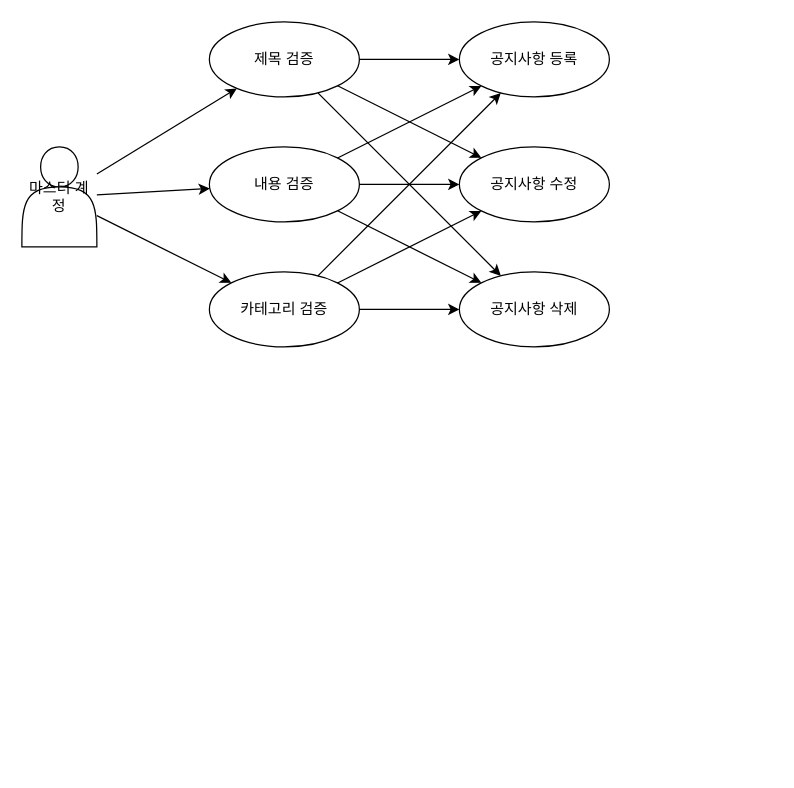
The draw.io diagram BOD-ANN-001.drawio in fury2019/Diagram, before the edit. Source tidied: cells renumbered, new cells numbered last; positions are measured from the earlier drawing's top-left corner, leaving out a move shared by most shapes. Both pictures are drawn from the tidied source at 125%, with x=0, y=0 at pixel (21, 21).
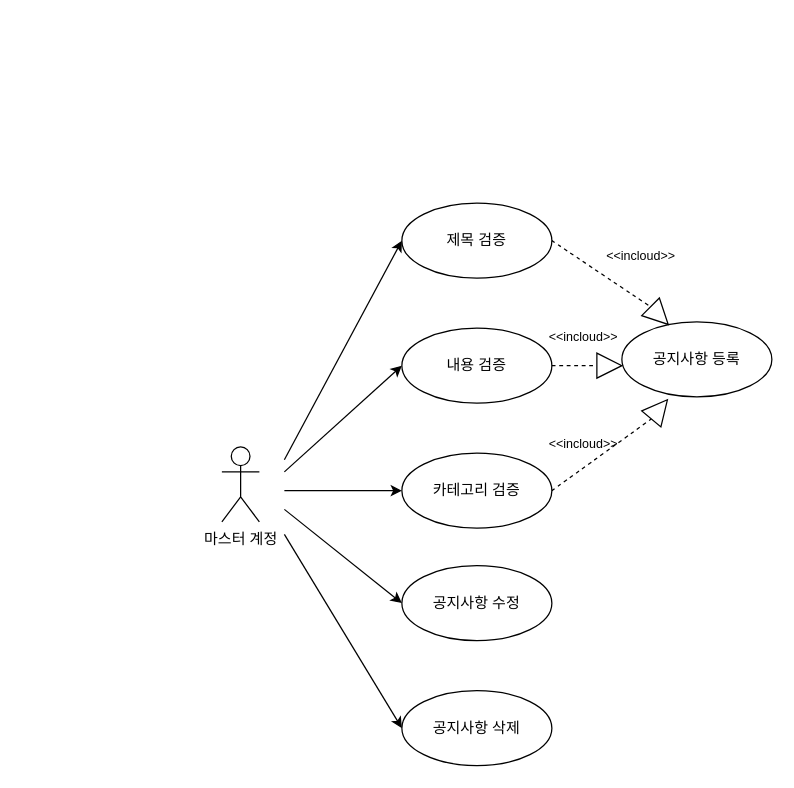
Above is the later version.

What changed in the source:
```diff
@@
-    <mxCell id="2" value="마스터 계정" style="shape=actor;whiteSpace=wrap;html=1;" parent="1" vertex="1">
-      <mxGeometry y="100" width="60" height="80" as="geometry" />
-    </mxCell>
     <mxCell id="3" value="제목 검증" style="ellipse;whiteSpace=wrap;html=1;" parent="1" vertex="1">
-      <mxGeometry x="150" width="120" height="60" as="geometry" />
+      <mxGeometry x="304" y="145" width="120" height="60" as="geometry" />
     </mxCell>
     <mxCell id="4" value="내용 검증" style="ellipse;whiteSpace=wrap;html=1;" parent="1" vertex="1">
-      <mxGeometry x="150" y="100" width="120" height="60" as="geometry" />
+      <mxGeometry x="304" y="245" width="120" height="60" as="geometry" />
     </mxCell>
     <mxCell id="5" value="카테고리 검증" style="ellipse;whiteSpace=wrap;html=1;" parent="1" vertex="1">
-      <mxGeometry x="150" y="200" width="120" height="60" as="geometry" />
+      <mxGeometry x="304" y="345" width="120" height="60" as="geometry" />
     </mxCell>
     <mxCell id="6" value="공지사항 등록" style="ellipse;whiteSpace=wrap;html=1;" parent="1" vertex="1">
-      <mxGeometry x="350" width="120" height="60" as="geometry" />
+      <mxGeometry x="480" y="240" width="120" height="60" as="geometry" />
     </mxCell>
     <mxCell id="7" value="공지사항 수정" style="ellipse;whiteSpace=wrap;html=1;" parent="1" vertex="1">
-      <mxGeometry x="350" y="100" width="120" height="60" as="geometry" />
+      <mxGeometry x="304" y="435" width="120" height="60" as="geometry" />
     </mxCell>
     <mxCell id="8" value="공지사항 삭제" style="ellipse;whiteSpace=wrap;html=1;" parent="1" vertex="1">
-      <mxGeometry x="350" y="200" width="120" height="60" as="geometry" />
+      <mxGeometry x="304" y="535" width="120" height="60" as="geometry" />
     </mxCell>
-    <mxCell id="9" parent="1" edge="1" source="2" target="3">
-      <mxGeometry relative="1" as="geometry" />
+    <mxCell id="9" style="entryX=0;entryY=0.5;entryDx=0;entryDy=0;" parent="1" edge="1" target="3">
+      <mxGeometry relative="1" as="geometry">
+        <mxPoint x="210" y="350.3" as="sourcePoint" />
+      </mxGeometry>
     </mxCell>
-    <mxCell id="10" parent="1" edge="1" source="2" target="4">
-      <mxGeometry relative="1" as="geometry" />
+    <mxCell id="10" style="entryX=0;entryY=0.5;entryDx=0;entryDy=0;" parent="1" edge="1" target="4">
+      <mxGeometry relative="1" as="geometry">
+        <mxPoint x="210" y="360" as="sourcePoint" />
+      </mxGeometry>
     </mxCell>
-    <mxCell id="11" parent="1" edge="1" source="2" target="5">
-      <mxGeometry relative="1" as="geometry" />
+    <mxCell id="11" style="entryX=0;entryY=0.5;entryDx=0;entryDy=0;" parent="1" edge="1" target="5">
+      <mxGeometry relative="1" as="geometry">
+        <mxPoint x="210" y="375" as="sourcePoint" />
+      </mxGeometry>
     </mxCell>
-    <mxCell id="12" parent="1" edge="1" source="3" target="6">
-      <mxGeometry relative="1" as="geometry" />
-    </mxCell>
-    <mxCell id="13" parent="1" edge="1" source="4" target="6">
-      <mxGeometry relative="1" as="geometry" />
-    </mxCell>
-    <mxCell id="14" parent="1" edge="1" source="5" target="6">
-      <mxGeometry relative="1" as="geometry" />
-    </mxCell>
-    <mxCell id="15" parent="1" edge="1" source="3" target="7">
-      <mxGeometry relative="1" as="geometry" />
-    </mxCell>
-    <mxCell id="16" parent="1" edge="1" source="4" target="7">
-      <mxGeometry relative="1" as="geometry" />
-    </mxCell>
-    <mxCell id="17" parent="1" edge="1" source="5" target="7">
-      <mxGeometry relative="1" as="geometry" />
-    </mxCell>
-    <mxCell id="18" parent="1" edge="1" source="3" target="8">
-      <mxGeometry relative="1" as="geometry" />
-    </mxCell>
-    <mxCell id="19" parent="1" edge="1" source="4" target="8">
-      <mxGeometry relative="1" as="geometry" />
-    </mxCell>
-    <mxCell id="20" parent="1" edge="1" source="5" target="8">
-      <mxGeometry relative="1" as="geometry" />
-    </mxCell>
+    <mxCell id="2" value="마스터 계정&lt;div&gt;&lt;br&gt;&lt;/div&gt;" style="shape=umlActor;verticalLabelPosition=bottom;verticalAlign=top;html=1;outlineConnect=0;" parent="1" vertex="1">
+      <mxGeometry x="160" y="340" width="30" height="60" as="geometry" />
+    </mxCell>
+    <mxCell id="21" style="entryX=0;entryY=0.5;entryDx=0;entryDy=0;" parent="1" edge="1" target="7">
+      <mxGeometry relative="1" as="geometry">
+        <mxPoint x="210" y="390" as="sourcePoint" />
+      </mxGeometry>
+    </mxCell>
+    <mxCell id="22" style="entryX=0;entryY=0.5;entryDx=0;entryDy=0;" parent="1" edge="1" target="8">
+      <mxGeometry relative="1" as="geometry">
+        <mxPoint x="210" y="410" as="sourcePoint" />
+      </mxGeometry>
+    </mxCell>
+    <mxCell id="23" style="endArrow=none;dashed=1;html=1;rounded=0;fontSize=12;startSize=8;endSize=8;curved=1;entryX=0;entryY=0.5;entryDx=0;entryDy=0;exitX=1;exitY=0.5;exitDx=0;exitDy=0;" parent="1" edge="1" source="5" target="24">
+      <mxGeometry relative="1" as="geometry" />
+    </mxCell>
+    <mxCell id="24" style="triangle;whiteSpace=wrap;html=1;rotation=-50;" parent="1" vertex="1">
+      <mxGeometry x="500" y="300" width="20" height="20" as="geometry" />
+    </mxCell>
+    <mxCell id="25" style="endArrow=none;dashed=1;html=1;rounded=0;fontSize=12;startSize=8;endSize=8;curved=1;entryX=0;entryY=0.5;entryDx=0;entryDy=0;exitX=1;exitY=0.5;exitDx=0;exitDy=0;" parent="1" edge="1" source="4" target="26">
+      <mxGeometry relative="1" as="geometry" />
+    </mxCell>
+    <mxCell id="26" style="triangle;whiteSpace=wrap;html=1;rotation=0;" parent="1" vertex="1">
+      <mxGeometry x="460" y="265" width="20" height="20" as="geometry" />
+    </mxCell>
+    <mxCell id="27" style="endArrow=none;dashed=1;html=1;rounded=0;fontSize=12;startSize=8;endSize=8;curved=1;entryX=0;entryY=0.5;entryDx=0;entryDy=0;exitX=1;exitY=0.5;exitDx=0;exitDy=0;" parent="1" edge="1" source="3" target="28">
+      <mxGeometry relative="1" as="geometry" />
+    </mxCell>
+    <mxCell id="28" style="triangle;whiteSpace=wrap;html=1;rotation=45;direction=east;" parent="1" vertex="1">
+      <mxGeometry x="500" y="225" width="20" height="20" as="geometry" />
+    </mxCell>
+    <mxCell id="29" value="&lt;font style=&quot;font-size: 10px; font-weight: normal;&quot;&gt;&amp;lt;&amp;lt;incloud&amp;gt;&amp;gt;&lt;/font&gt;" style="text;strokeColor=none;fillColor=none;html=1;fontSize=24;fontStyle=1;verticalAlign=middle;align=center;" parent="1" vertex="1">
+      <mxGeometry x="410" y="180" width="170" height="5" as="geometry" />
+    </mxCell>
+    <mxCell id="30" value="&lt;font style=&quot;font-size: 10px; font-weight: normal;&quot;&gt;&amp;lt;&amp;lt;incloud&amp;gt;&amp;gt;&lt;/font&gt;" style="text;strokeColor=none;fillColor=none;html=1;fontSize=24;fontStyle=1;verticalAlign=middle;align=center;" parent="1" vertex="1">
+      <mxGeometry x="364" y="245" width="170" height="5" as="geometry" />
+    </mxCell>
+    <mxCell id="31" value="&lt;font style=&quot;font-size: 10px; font-weight: normal;&quot;&gt;&amp;lt;&amp;lt;incloud&amp;gt;&amp;gt;&lt;/font&gt;" style="text;strokeColor=none;fillColor=none;html=1;fontSize=24;fontStyle=1;verticalAlign=middle;align=center;" parent="1" vertex="1">
+      <mxGeometry x="364" y="330" width="170" height="5" as="geometry" />
+    </mxCell>
```
